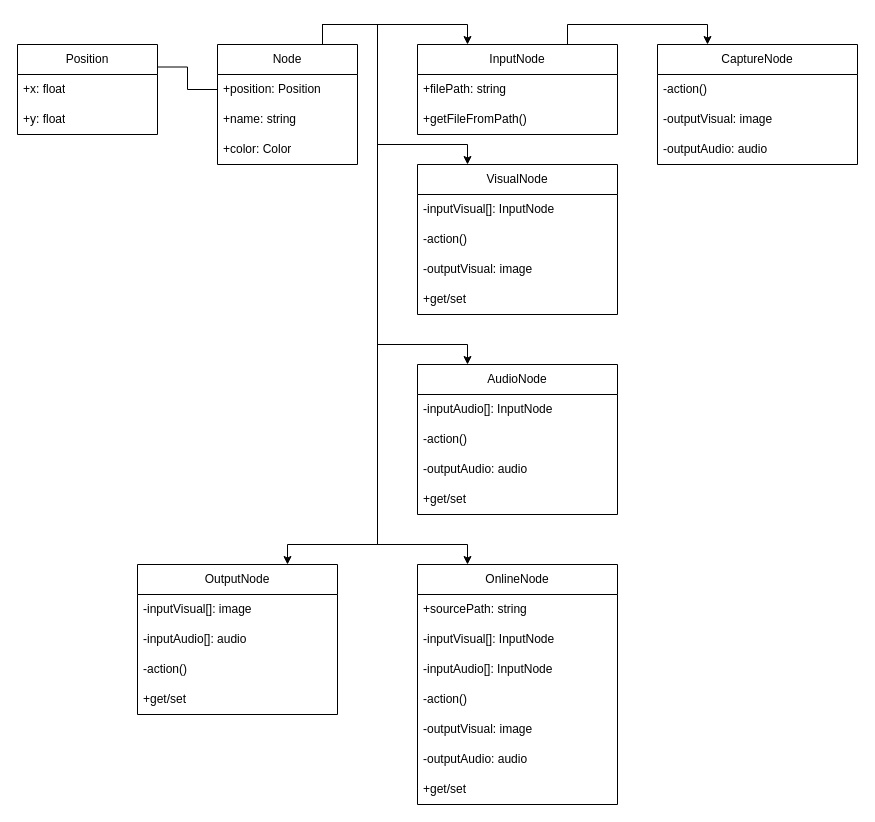
Before: Diagrams/Node - Class Diagram.drawio in EthernalAsh/Node, a draw.io diagram. Source tidied: cells renumbered, new cells numbered last; positions are measured from the earlier drawing's top-left corner, leaving out a move shared by most shapes. Both pictures are drawn from the tidied source at 100%, with x=0, y=0 at pixel (17, 24).
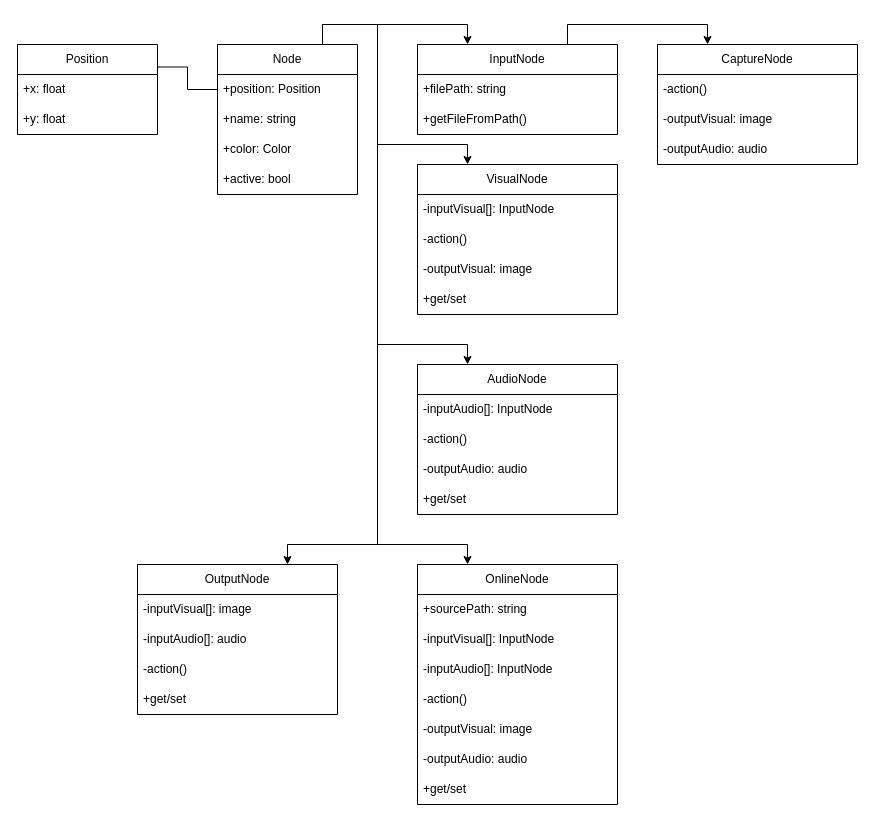
Above is the later version.

What changed in the source:
```diff
@@
     <mxCell id="11" value="Node" style="swimlane;fontStyle=0;horizontal=1;startSize=30;whiteSpace=wrap;html=1;" parent="1" vertex="1">
-      <mxGeometry x="200" y="20" width="140" height="120" as="geometry" />
+      <mxGeometry x="200" y="20" width="140" height="150" as="geometry" />
     </mxCell>
@@
+    <mxCell id="46" value="+active: bool" style="text;strokeColor=none;fillColor=none;align=left;verticalAlign=middle;spacingLeft=4;spacingRight=4;overflow=hidden;whiteSpace=wrap;html=1;" parent="11" vertex="1">
+      <mxGeometry y="120" width="140" height="30" as="geometry" />
+    </mxCell>
```
